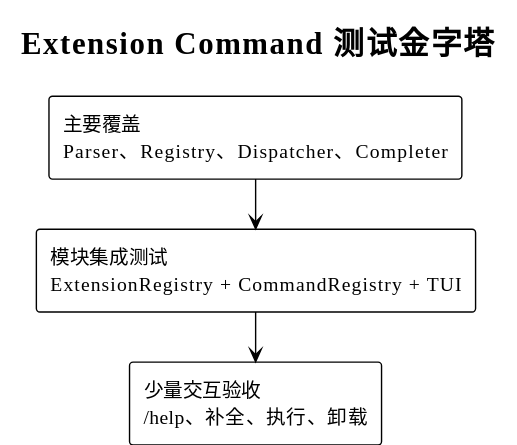
superheromeZzh/pi-mono-java-design keeps this PlantUML diagram as diagrams/extension-command/18-test-pyramid.svg. Above is the earlier version. Source of this version:
```plantuml
@startuml
!theme plain
!pragma layout smetana
skinparam defaultFontName "PingFang SC"
skinparam shadowing false
skinparam backgroundColor transparent
title Extension Command 测试金字塔

rectangle "主要覆盖\nParser、Registry、Dispatcher、Completer" as unit
rectangle "模块集成测试\nExtensionRegistry + CommandRegistry + TUI" as integration
rectangle "少量交互验收\n/help、补全、执行、卸载" as e2e

unit --> integration
integration --> e2e
@enduml
```
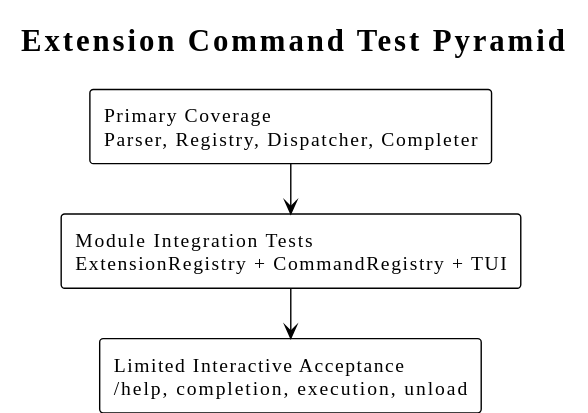
The same diagram one commit later.

Diff of the diagram source:
```diff
@@ -1,14 +1,14 @@
 @startuml
 !theme plain
 !pragma layout smetana
-skinparam defaultFontName "PingFang SC"
+skinparam defaultFontName "SansSerif"
 skinparam shadowing false
 skinparam backgroundColor transparent
-title Extension Command 测试金字塔
+title Extension Command Test Pyramid
 
-rectangle "主要覆盖\nParser、Registry、Dispatcher、Completer" as unit
-rectangle "模块集成测试\nExtensionRegistry + CommandRegistry + TUI" as integration
-rectangle "少量交互验收\n/help、补全、执行、卸载" as e2e
+rectangle "Primary Coverage\nParser, Registry, Dispatcher, Completer" as unit
+rectangle "Module Integration Tests\nExtensionRegistry + CommandRegistry + TUI" as integration
+rectangle "Limited Interactive Acceptance\n/help, completion, execution, unload" as e2e
 
 unit --> integration
 integration --> e2e
```
